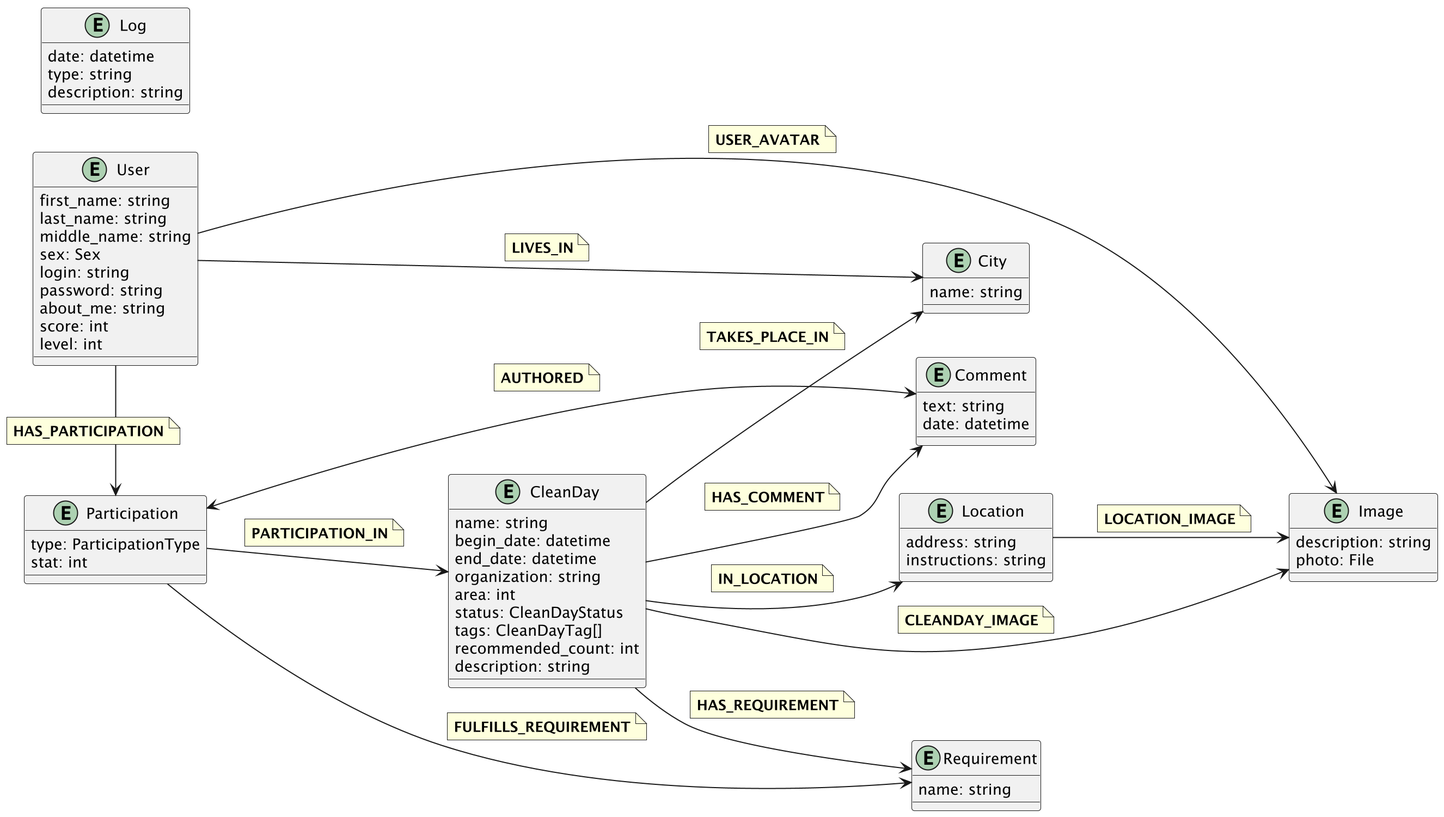
This is db_model/graph.png from moevm/nosql1h25-cleanday, a PlantUML export, as it was before one commit. Its source is kept beside it as db_model/graph.puml.
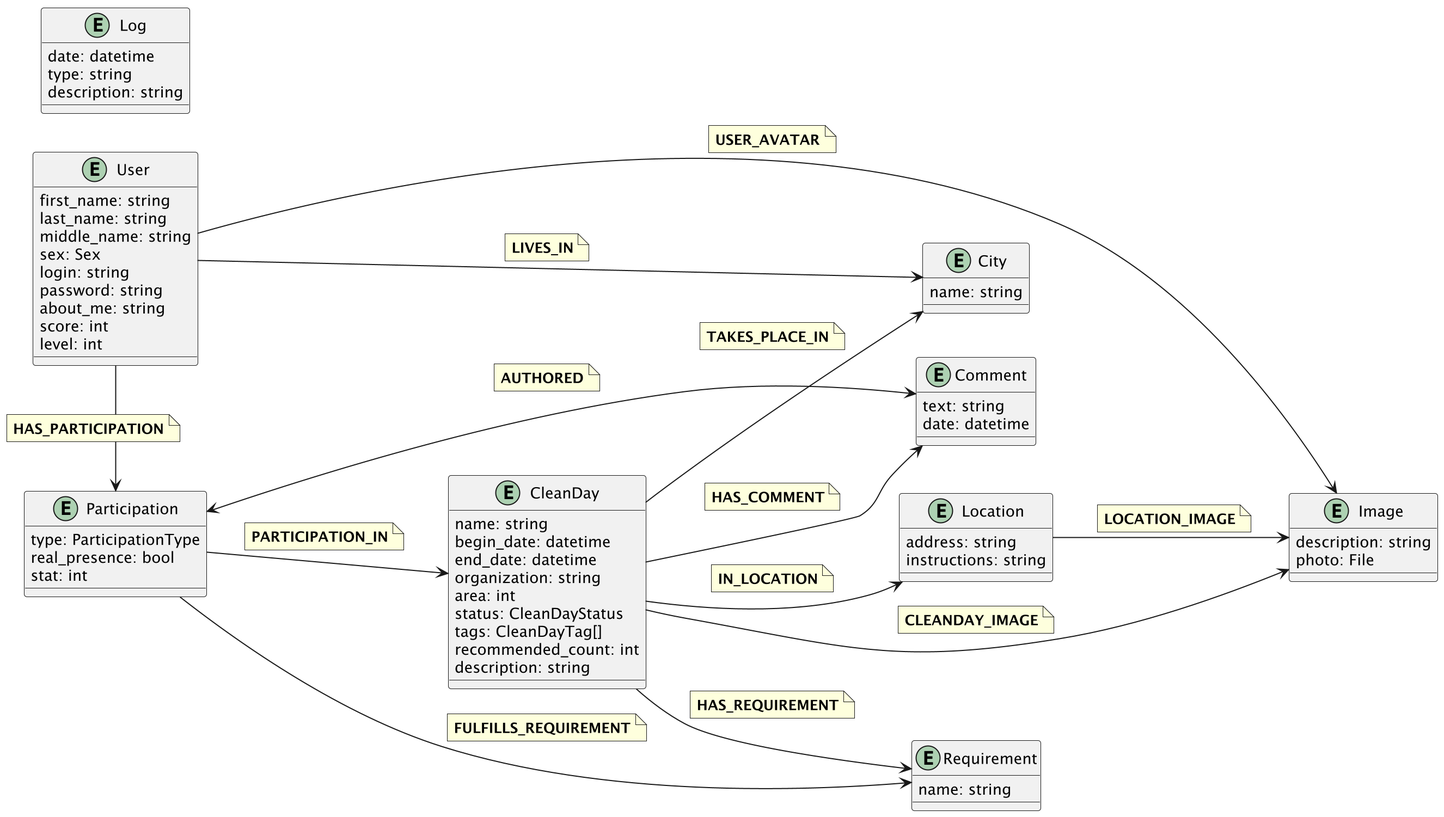
Later version of the same file.

Change to the diagram source:
```diff
@@ -47,6 +47,7 @@
 
 entity "Participation" as pr {
 type: ParticipationType
+real_presence: bool
 stat: int
 }
 
```
